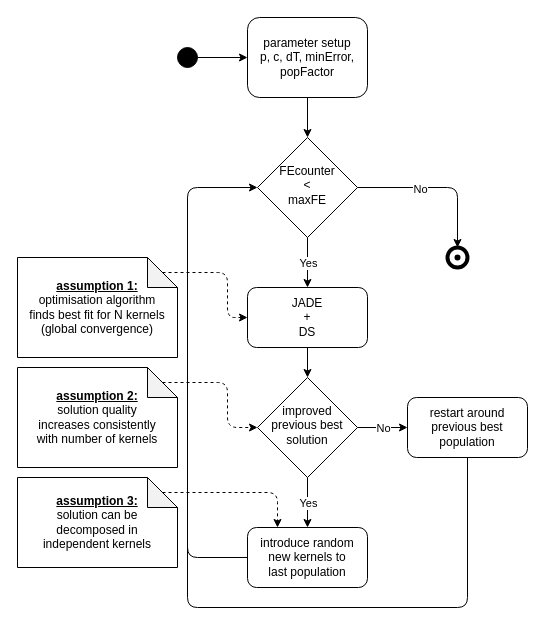
Earlier version of the draw.io diagram code/uml_diag/adaptive_kernels_flowchart.drawio (nicolai-schwartze/Masterthesis). Source tidied: cells renumbered, new cells numbered last; positions are measured from the earlier drawing's top-left corner, leaving out a move shared by most shapes. Both pictures are drawn from the tidied source at 100%, with x=0, y=0 at pixel (17, 17).
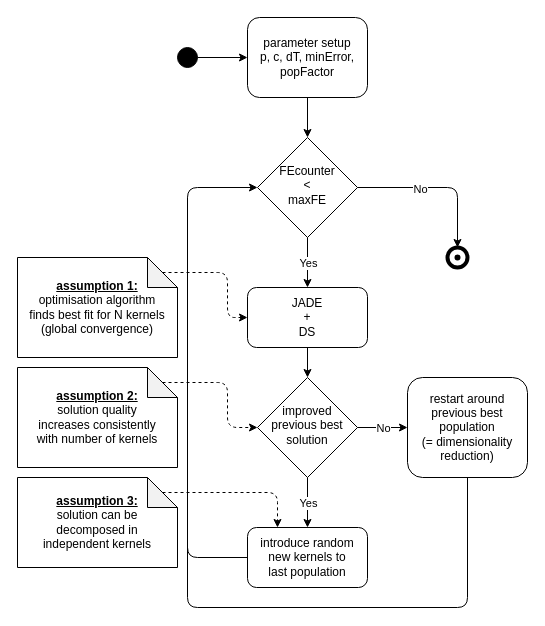
The same page after the edit.

The edit, as a diff of the source:
```diff
@@
-    <mxCell id="17" value="&lt;div&gt;restart around&lt;/div&gt;&lt;div&gt;previous best&lt;/div&gt;&lt;div&gt;population&lt;br&gt;&lt;/div&gt;" style="rounded=1;whiteSpace=wrap;html=1;" parent="1" vertex="1">
-      <mxGeometry x="390" y="380" width="120" height="60" as="geometry" />
+    <mxCell id="17" value="&lt;div&gt;restart around&lt;/div&gt;&lt;div&gt;previous best&lt;/div&gt;&lt;div&gt;population&lt;/div&gt;&lt;div&gt;(= dimensionality&lt;/div&gt;&lt;div&gt;reduction)&lt;br&gt;&lt;/div&gt;" style="rounded=1;whiteSpace=wrap;html=1;" parent="1" vertex="1">
+      <mxGeometry x="390" y="360" width="120" height="100" as="geometry" />
     </mxCell>
```
